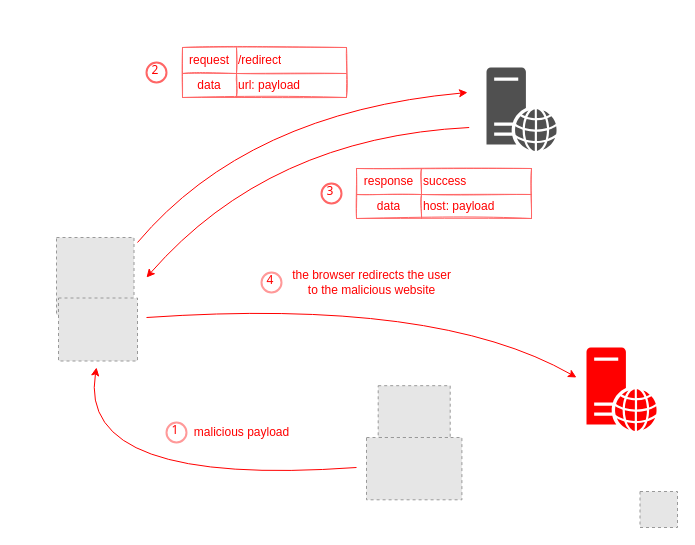
Before: content/open-redirect.drawio in qeeqbox/open-redirect, a draw.io diagram. Source tidied: cells renumbered, new cells numbered last; positions are measured from the earlier drawing's top-left corner, leaving out a move shared by most shapes. Both pictures are drawn from the tidied source at 100%, with x=0, y=0 at pixel (17, 17). Pictures stored in the file or linked from it are replaced by grey dashed boxes.
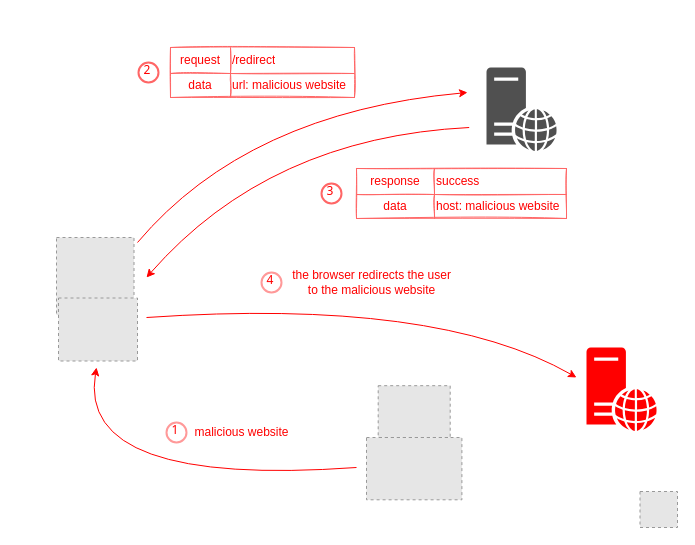
After the change.

What changed in the source:
```diff
@@
-    <mxCell id="10" value="malicious payload" style="text;html=1;align=center;verticalAlign=middle;strokeColor=none;fillColor=none;fontColor=#FF0000;" parent="1" vertex="1">
+    <mxCell id="10" value="malicious website" style="text;html=1;align=center;verticalAlign=middle;strokeColor=none;fillColor=none;fontColor=#FF0000;" parent="1" vertex="1">
       <mxGeometry x="164" y="400" width="120" height="30" as="geometry" />
     </mxCell>
@@
     <mxCell id="14" style="shape=table;html=1;whiteSpace=wrap;startSize=0;childLayout=tableLayout;align=left;rounded=0;shadow=0;sketch=1;arcSize=0;strokeColor=#FF6666;fontColor=#FF0000;" parent="1" vertex="1">
-      <mxGeometry x="165" y="30" width="164" height="50" as="geometry" />
+      <mxGeometry x="153" y="30" width="184" height="50" as="geometry" />
     </mxCell>
     <mxCell id="15" style="shape=tableRow;horizontal=0;startSize=0;swimlaneHead=0;swimlaneBody=0;top=0;left=0;bottom=0;right=0;fillColor=none;fontColor=#FF0000;" parent="14" vertex="1">
-      <mxGeometry width="164" height="26" as="geometry" />
+      <mxGeometry width="184" height="26" as="geometry" />
     </mxCell>
     <mxCell id="16" value="request" style="shape=partialRectangle;html=1;whiteSpace=wrap;fillColor=none;top=0;left=0;bottom=0;right=0;overflow=hidden;fontColor=#FF0000;" parent="15" vertex="1">
-      <mxGeometry width="54" height="26" as="geometry" />
+      <mxGeometry width="60" height="26" as="geometry" />
     </mxCell>
     <mxCell id="17" value="&lt;div style=&quot;text-align: center;&quot;&gt;&lt;span style=&quot;background-color: transparent;&quot;&gt;/redirect&lt;/span&gt;&lt;/div&gt;" style="shape=partialRectangle;html=1;whiteSpace=wrap;fillColor=none;top=0;left=0;bottom=0;right=0;overflow=hidden;align=left;fontColor=#FF0000;" parent="15" vertex="1">
-      <mxGeometry x="54" width="110" height="26" as="geometry" />
+      <mxGeometry x="60" width="124" height="26" as="geometry" />
     </mxCell>
     <mxCell id="18" style="shape=tableRow;horizontal=0;startSize=0;swimlaneHead=0;swimlaneBody=0;top=0;left=0;bottom=0;right=0;fillColor=none;fontColor=#FF0000;" parent="14" vertex="1">
-      <mxGeometry y="26" width="164" height="24" as="geometry" />
+      <mxGeometry y="26" width="184" height="24" as="geometry" />
     </mxCell>
     <mxCell id="19" value="data" style="shape=partialRectangle;html=1;whiteSpace=wrap;fillColor=none;top=0;left=0;bottom=0;right=0;overflow=hidden;fontColor=#FF0000;" parent="18" vertex="1">
-      <mxGeometry width="54" height="24" as="geometry" />
+      <mxGeometry width="60" height="24" as="geometry" />
     </mxCell>
-    <mxCell id="20" value="&lt;font&gt;url: payload&lt;/font&gt;&lt;span&gt;&lt;br&gt;&lt;/span&gt;" style="shape=partialRectangle;html=1;whiteSpace=wrap;fillColor=none;top=0;left=0;bottom=0;right=0;overflow=hidden;align=left;fontColor=#FF0000;" parent="18" vertex="1">
-      <mxGeometry x="54" width="110" height="24" as="geometry" />
+    <mxCell id="20" value="&lt;span style=&quot;text-align: center; text-wrap-mode: nowrap;&quot;&gt;url: malicious website&lt;/span&gt;&lt;span&gt;&lt;br&gt;&lt;/span&gt;" style="shape=partialRectangle;html=1;whiteSpace=wrap;fillColor=none;top=0;left=0;bottom=0;right=0;overflow=hidden;align=left;fontColor=#FF0000;" parent="18" vertex="1">
+      <mxGeometry x="60" width="124" height="24" as="geometry" />
     </mxCell>
@@
     <mxCell id="23" value="2" style="ellipse;whiteSpace=wrap;html=1;strokeWidth=2;fontFamily=Tahoma;spacingBottom=4;spacingRight=2;strokeColor=#FF6666;fontColor=#FF0000;" parent="1" vertex="1">
-      <mxGeometry x="129" y="45" width="20" height="20" as="geometry" />
+      <mxGeometry x="121" y="45" width="20" height="20" as="geometry" />
     </mxCell>
@@
     <mxCell id="26" style="shape=table;html=1;whiteSpace=wrap;startSize=0;childLayout=tableLayout;align=left;rounded=0;shadow=0;sketch=1;arcSize=0;fontColor=#FF0000;strokeColor=#FF6666;" parent="1" vertex="1">
-      <mxGeometry x="339" y="151" width="175" height="50" as="geometry" />
+      <mxGeometry x="339" y="151" width="210" height="50" as="geometry" />
     </mxCell>
     <mxCell id="27" style="shape=tableRow;horizontal=0;startSize=0;swimlaneHead=0;swimlaneBody=0;top=0;left=0;bottom=0;right=0;fillColor=none;fontColor=#FF0000;" parent="26" vertex="1">
-      <mxGeometry width="175" height="26" as="geometry" />
+      <mxGeometry width="210" height="26" as="geometry" />
     </mxCell>
     <mxCell id="28" value="response" style="shape=partialRectangle;html=1;whiteSpace=wrap;fillColor=none;top=0;left=0;bottom=0;right=0;overflow=hidden;fontColor=#FF0000;" parent="27" vertex="1">
-      <mxGeometry width="65" height="26" as="geometry" />
+      <mxGeometry width="78" height="26" as="geometry" />
     </mxCell>
     <mxCell id="29" value="&lt;span style=&quot;text-align: center&quot;&gt;success&lt;/span&gt;" style="shape=partialRectangle;html=1;whiteSpace=wrap;fillColor=none;top=0;left=0;bottom=0;right=0;overflow=hidden;align=left;fontColor=#FF0000;" parent="27" vertex="1">
-      <mxGeometry x="65" width="110" height="26" as="geometry" />
+      <mxGeometry x="78" width="132" height="26" as="geometry" />
     </mxCell>
     <mxCell id="30" style="shape=tableRow;horizontal=0;startSize=0;swimlaneHead=0;swimlaneBody=0;top=0;left=0;bottom=0;right=0;fillColor=none;fontColor=#FF0000;" parent="26" vertex="1">
-      <mxGeometry y="26" width="175" height="24" as="geometry" />
+      <mxGeometry y="26" width="210" height="24" as="geometry" />
     </mxCell>
     <mxCell id="31" value="data" style="shape=partialRectangle;html=1;whiteSpace=wrap;fillColor=none;top=0;left=0;bottom=0;right=0;overflow=hidden;fontColor=#FF0000;" parent="30" vertex="1">
-      <mxGeometry width="65" height="24" as="geometry" />
+      <mxGeometry width="78" height="24" as="geometry" />
     </mxCell>
-    <mxCell id="32" value="&lt;span style=&quot;&quot;&gt;host:&amp;nbsp;&lt;/span&gt;&lt;span style=&quot;&quot;&gt;payload&lt;/span&gt;" style="shape=partialRectangle;html=1;whiteSpace=wrap;fillColor=none;top=0;left=0;bottom=0;right=0;overflow=hidden;align=left;fontColor=#FF0000;" parent="30" vertex="1">
-      <mxGeometry x="65" width="110" height="24" as="geometry" />
+    <mxCell id="32" value="&lt;span style=&quot;text-align: center; text-wrap-mode: nowrap;&quot;&gt;host: malicious website&lt;/span&gt;" style="shape=partialRectangle;html=1;whiteSpace=wrap;fillColor=none;top=0;left=0;bottom=0;right=0;overflow=hidden;align=left;fontColor=#FF0000;" parent="30" vertex="1">
+      <mxGeometry x="78" width="132" height="24" as="geometry" />
     </mxCell>
```
